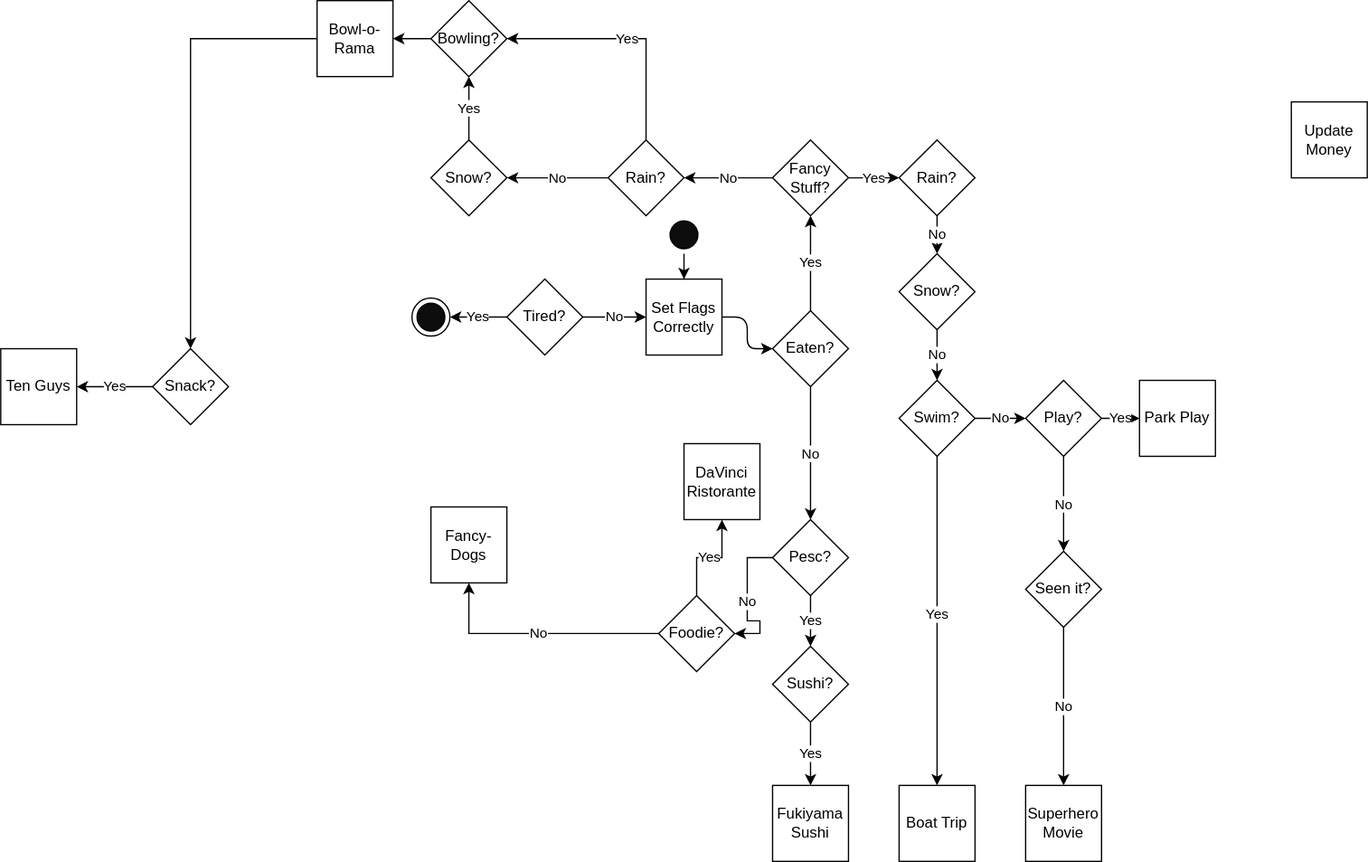
The draw.io diagram date-night-dilemma.drawio.svg in yewscion/yewscion, before a commit. Source tidied: cells renumbered, new cells last; positions are measured from the earlier drawing's top-left corner, leaving out a move shared by most shapes.
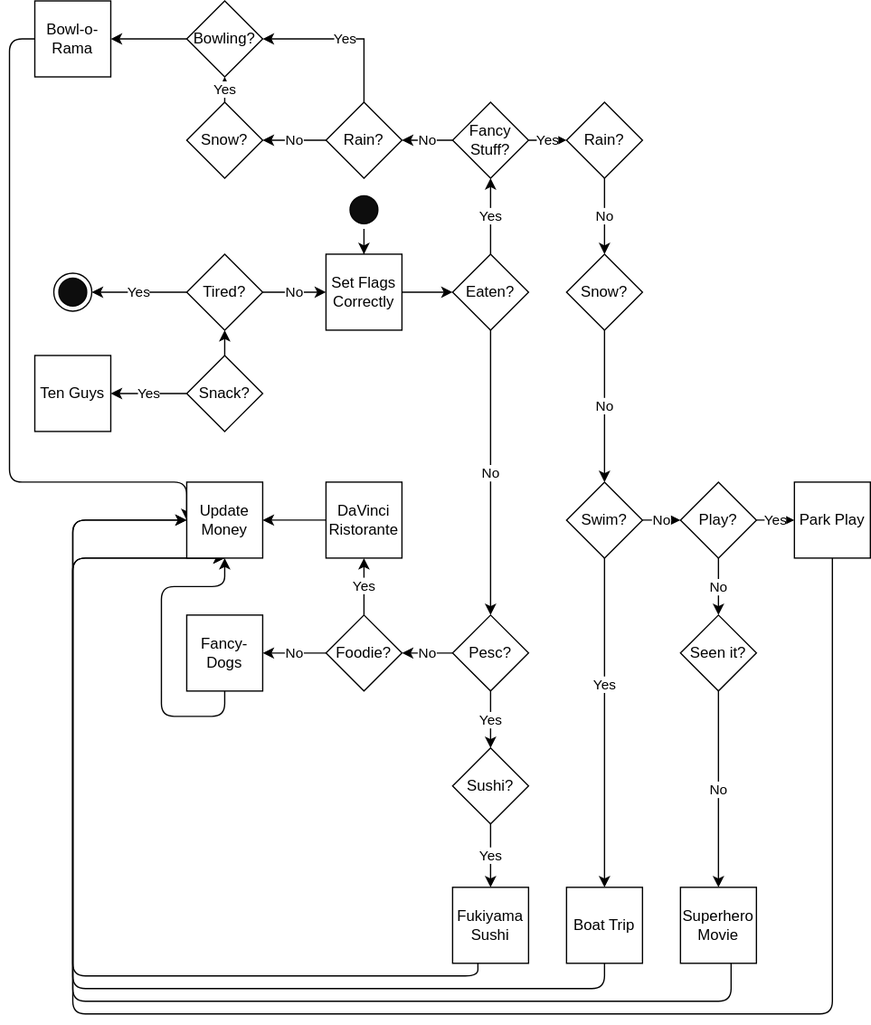
The same file after the commit.

The edit, as a diff of the source:
```diff
@@ -6,34 +6,77 @@
       <mxGeometry relative="1" as="geometry" />
     </mxCell>
     <mxCell id="3" style="ellipse;html=1;shape=startState;fillColor=#0D0D0D;rounded=0;" parent="1" vertex="1">
-      <mxGeometry x="525" y="170" width="30" height="30" as="geometry" />
+      <mxGeometry x="535" y="150" width="30" height="30" as="geometry" />
     </mxCell>
+    <mxCell id="55" style="edgeStyle=orthogonalEdgeStyle;sketch=0;jettySize=auto;html=1;" parent="1" edge="1" source="4" target="54">
+      <mxGeometry relative="1" as="geometry" />
+    </mxCell>
     <mxCell id="4" value="&lt;div&gt;DaVinci&lt;/div&gt;&lt;div&gt;Ristorante&lt;br&gt;&lt;/div&gt;" style="rounded=0;whiteSpace=wrap;html=1;" parent="1" vertex="1">
-      <mxGeometry x="540" y="350" width="60" height="60" as="geometry" />
+      <mxGeometry x="520" y="380" width="60" height="60" as="geometry" />
     </mxCell>
+    <mxCell id="56" style="edgeStyle=orthogonalEdgeStyle;sketch=0;jettySize=auto;html=1;" parent="1" edge="1" source="5" target="54">
+      <mxGeometry relative="1" as="geometry">
+        <Array as="points">
+          <mxPoint x="840" y="790" />
+          <mxPoint x="320" y="790" />
+        </Array>
+      </mxGeometry>
+    </mxCell>
     <mxCell id="5" value="&lt;div&gt;Superhero&lt;/div&gt;&lt;div&gt;Movie&lt;br&gt;&lt;/div&gt;" style="rounded=0;whiteSpace=wrap;html=1;" parent="1" vertex="1">
-      <mxGeometry x="810" y="620" width="60" height="60" as="geometry" />
+      <mxGeometry x="800" y="700" width="60" height="60" as="geometry" />
     </mxCell>
+    <mxCell id="57" style="edgeStyle=orthogonalEdgeStyle;sketch=0;jettySize=auto;html=1;entryX=0.5;entryY=1;entryDx=0;entryDy=0;exitX=0.5;exitY=1;exitDx=0;exitDy=0;" parent="1" edge="1" source="6" target="54">
+      <mxGeometry relative="1" as="geometry">
+        <Array as="points">
+          <mxPoint x="920" y="800" />
+          <mxPoint x="320" y="800" />
+        </Array>
+      </mxGeometry>
+    </mxCell>
     <mxCell id="6" value="Park Play" style="rounded=0;whiteSpace=wrap;html=1;" parent="1" vertex="1">
-      <mxGeometry x="900" y="300" width="60" height="60" as="geometry" />
+      <mxGeometry x="890" y="380" width="60" height="60" as="geometry" />
     </mxCell>
+    <mxCell id="58" style="edgeStyle=orthogonalEdgeStyle;sketch=0;jettySize=auto;html=1;" parent="1" edge="1" source="7" target="54">
+      <mxGeometry relative="1" as="geometry">
+        <Array as="points">
+          <mxPoint x="640" y="770" />
+          <mxPoint x="320" y="770" />
+        </Array>
+      </mxGeometry>
+    </mxCell>
     <mxCell id="7" value="Fukiyama Sushi" style="rounded=0;whiteSpace=wrap;html=1;" parent="1" vertex="1">
-      <mxGeometry x="610" y="620" width="60" height="60" as="geometry" />
+      <mxGeometry x="620" y="700" width="60" height="60" as="geometry" />
     </mxCell>
+    <mxCell id="59" style="edgeStyle=orthogonalEdgeStyle;sketch=0;jettySize=auto;html=1;exitX=0.5;exitY=1;exitDx=0;exitDy=0;entryX=0.5;entryY=1;entryDx=0;entryDy=0;" parent="1" edge="1" source="8" target="54">
+      <mxGeometry relative="1" as="geometry">
+        <Array as="points">
+          <mxPoint x="740" y="780" />
+          <mxPoint x="320" y="780" />
+        </Array>
+      </mxGeometry>
+    </mxCell>
     <mxCell id="8" value="Boat Trip" style="rounded=0;whiteSpace=wrap;html=1;" parent="1" vertex="1">
-      <mxGeometry x="710" y="620" width="60" height="60" as="geometry" />
+      <mxGeometry x="710" y="700" width="60" height="60" as="geometry" />
     </mxCell>
-    <mxCell id="9" style="edgeStyle=orthogonalEdgeStyle;rounded=0;sketch=0;jettySize=auto;html=1;entryX=0.5;entryY=0;entryDx=0;entryDy=0;" parent="1" edge="1" source="10" target="28">
-      <mxGeometry relative="1" as="geometry" />
-    </mxCell>
+    <mxCell id="60" style="edgeStyle=orthogonalEdgeStyle;sketch=0;jettySize=auto;html=1;entryX=0;entryY=0.5;entryDx=0;entryDy=0;" parent="1" edge="1" source="10" target="54">
+      <mxGeometry relative="1" as="geometry">
+        <Array as="points">
+          <mxPoint x="270" y="30" />
+          <mxPoint x="270" y="380" />
+        </Array>
+      </mxGeometry>
+    </mxCell>
     <mxCell id="10" value="Bowl-o-Rama" style="rounded=0;whiteSpace=wrap;html=1;" parent="1" vertex="1">
-      <mxGeometry x="250" width="60" height="60" as="geometry" />
+      <mxGeometry x="290" width="60" height="60" as="geometry" />
     </mxCell>
+    <mxCell id="61" style="edgeStyle=orthogonalEdgeStyle;sketch=0;jettySize=auto;html=1;exitX=0.5;exitY=1;exitDx=0;exitDy=0;" parent="1" edge="1" source="11" target="54">
+      <mxGeometry relative="1" as="geometry" />
+    </mxCell>
     <mxCell id="11" value="Fancy-Dogs" style="rounded=0;whiteSpace=wrap;html=1;" parent="1" vertex="1">
-      <mxGeometry x="340" y="400" width="60" height="60" as="geometry" />
+      <mxGeometry x="410" y="485" width="60" height="60" as="geometry" />
     </mxCell>
     <mxCell id="12" value="Ten Guys" style="rounded=0;whiteSpace=wrap;html=1;" parent="1" vertex="1">
-      <mxGeometry y="275" width="60" height="60" as="geometry" />
+      <mxGeometry x="290" y="280" width="60" height="60" as="geometry" />
     </mxCell>
     <mxCell id="13" value="No" style="edgeStyle=orthogonalEdgeStyle;rounded=0;sketch=0;jettySize=auto;html=1;" parent="1" edge="1" source="15" target="39">
       <mxGeometry relative="1" as="geometry" />
@@ -42,7 +85,7 @@
       <mxGeometry relative="1" as="geometry" />
     </mxCell>
     <mxCell id="15" value="&lt;div&gt;Tired?&lt;br&gt;&lt;/div&gt;" style="rhombus;whiteSpace=wrap;html=1;rounded=0;" parent="1" vertex="1">
-      <mxGeometry x="400" y="220" width="60" height="60" as="geometry" />
+      <mxGeometry x="410" y="200" width="60" height="60" as="geometry" />
     </mxCell>
     <mxCell id="16" value="No" style="edgeStyle=orthogonalEdgeStyle;rounded=0;sketch=0;jettySize=auto;html=1;" parent="1" edge="1" source="18" target="31">
       <mxGeometry relative="1" as="geometry" />
@@ -51,13 +94,13 @@
       <mxGeometry relative="1" as="geometry" />
     </mxCell>
     <mxCell id="18" value="Pesc?" style="rhombus;whiteSpace=wrap;html=1;rounded=0;" parent="1" vertex="1">
-      <mxGeometry x="610" y="410" width="60" height="60" as="geometry" />
+      <mxGeometry x="620" y="485" width="60" height="60" as="geometry" />
     </mxCell>
     <mxCell id="19" value="Yes" style="edgeStyle=orthogonalEdgeStyle;rounded=0;sketch=0;jettySize=auto;html=1;" parent="1" edge="1" source="20" target="7">
       <mxGeometry relative="1" as="geometry" />
     </mxCell>
     <mxCell id="20" value="Sushi?" style="rhombus;whiteSpace=wrap;html=1;rounded=0;" parent="1" vertex="1">
-      <mxGeometry x="610" y="510" width="60" height="60" as="geometry" />
+      <mxGeometry x="620" y="590" width="60" height="60" as="geometry" />
     </mxCell>
     <mxCell id="21" value="No" style="edgeStyle=orthogonalEdgeStyle;rounded=0;sketch=0;jettySize=auto;html=1;exitX=0.5;exitY=1;exitDx=0;exitDy=0;" parent="1" edge="1" source="23" target="18">
       <mxGeometry relative="1" as="geometry" />
@@ -66,7 +109,7 @@
       <mxGeometry relative="1" as="geometry" />
     </mxCell>
     <mxCell id="23" value="Eaten?" style="rhombus;whiteSpace=wrap;html=1;rounded=0;" parent="1" vertex="1">
-      <mxGeometry x="610" y="245" width="60" height="60" as="geometry" />
+      <mxGeometry x="620" y="200" width="60" height="60" as="geometry" />
     </mxCell>
     <mxCell id="24" value="No" style="edgeStyle=orthogonalEdgeStyle;rounded=0;sketch=0;jettySize=auto;html=1;" parent="1" edge="1" source="53" target="5">
       <mxGeometry relative="1" as="geometry" />
@@ -75,14 +118,11 @@
       <mxGeometry relative="1" as="geometry" />
     </mxCell>
     <mxCell id="26" value="Bowling?" style="rhombus;whiteSpace=wrap;html=1;rounded=0;" parent="1" vertex="1">
-      <mxGeometry x="340" width="60" height="60" as="geometry" />
+      <mxGeometry x="410" width="60" height="60" as="geometry" />
     </mxCell>
     <mxCell id="27" value="Yes" style="edgeStyle=orthogonalEdgeStyle;rounded=0;sketch=0;jettySize=auto;html=1;" parent="1" edge="1" source="28" target="12">
       <mxGeometry relative="1" as="geometry" />
     </mxCell>
-    <mxCell id="28" value="Snack?" style="rhombus;whiteSpace=wrap;html=1;rounded=0;" parent="1" vertex="1">
-      <mxGeometry x="120" y="275" width="60" height="60" as="geometry" />
-    </mxCell>
     <mxCell id="29" value="Yes" style="edgeStyle=orthogonalEdgeStyle;rounded=0;sketch=0;jettySize=auto;html=1;" parent="1" edge="1" source="31" target="4">
       <mxGeometry relative="1" as="geometry" />
     </mxCell>
@@ -90,7 +130,7 @@
       <mxGeometry relative="1" as="geometry" />
     </mxCell>
     <mxCell id="31" value="Foodie?" style="rhombus;whiteSpace=wrap;html=1;rounded=0;" parent="1" vertex="1">
-      <mxGeometry x="520" y="470" width="60" height="60" as="geometry" />
+      <mxGeometry x="520" y="485" width="60" height="60" as="geometry" />
     </mxCell>
     <mxCell id="32" value="Yes" style="edgeStyle=orthogonalEdgeStyle;rounded=0;sketch=0;jettySize=auto;html=1;" parent="1" edge="1" source="34" target="6">
       <mxGeometry relative="1" as="geometry" />
@@ -99,27 +139,27 @@
       <mxGeometry relative="1" as="geometry" />
     </mxCell>
     <mxCell id="34" value="Play?" style="rhombus;whiteSpace=wrap;html=1;rounded=0;" parent="1" vertex="1">
-      <mxGeometry x="810" y="300" width="60" height="60" as="geometry" />
+      <mxGeometry x="800" y="380" width="60" height="60" as="geometry" />
     </mxCell>
     <mxCell id="35" value="Yes" style="edgeStyle=orthogonalEdgeStyle;rounded=0;sketch=0;jettySize=auto;html=1;" parent="1" edge="1" target="8">
       <mxGeometry relative="1" as="geometry">
-        <mxPoint x="740" y="350" as="sourcePoint" />
+        <mxPoint x="740" y="380" as="sourcePoint" />
       </mxGeometry>
     </mxCell>
     <mxCell id="36" value="&lt;div&gt;No&lt;/div&gt;" style="edgeStyle=orthogonalEdgeStyle;rounded=0;sketch=0;jettySize=auto;html=1;exitX=1;exitY=0.5;exitDx=0;exitDy=0;entryX=0;entryY=0.5;entryDx=0;entryDy=0;" parent="1" edge="1" source="37" target="34">
       <mxGeometry relative="1" as="geometry" />
     </mxCell>
     <mxCell id="37" value="Swim?" style="rhombus;whiteSpace=wrap;html=1;rounded=0;" parent="1" vertex="1">
-      <mxGeometry x="710" y="300" width="60" height="60" as="geometry" />
+      <mxGeometry x="710" y="380" width="60" height="60" as="geometry" />
     </mxCell>
     <mxCell id="38" style="edgeStyle=orthogonalEdgeStyle;sketch=0;jettySize=auto;html=1;entryX=0;entryY=0.5;entryDx=0;entryDy=0;" parent="1" edge="1" source="39" target="23">
       <mxGeometry relative="1" as="geometry" />
     </mxCell>
     <mxCell id="39" value="Set Flags Correctly" style="rounded=0;whiteSpace=wrap;html=1;" parent="1" vertex="1">
-      <mxGeometry x="510" y="220" width="60" height="60" as="geometry" />
+      <mxGeometry x="520" y="200" width="60" height="60" as="geometry" />
     </mxCell>
     <mxCell id="40" style="ellipse;html=1;shape=endState;fillColor=#0D0D0D;rounded=0;" parent="1" vertex="1">
-      <mxGeometry x="325" y="235" width="30" height="30" as="geometry" />
+      <mxGeometry x="305" y="215" width="30" height="30" as="geometry" />
     </mxCell>
     <mxCell id="41" value="No" style="edgeStyle=orthogonalEdgeStyle;sketch=0;jettySize=auto;html=1;entryX=1;entryY=0.5;entryDx=0;entryDy=0;" parent="1" edge="1" source="43" target="48">
       <mxGeometry relative="1" as="geometry" />
@@ -128,13 +168,13 @@
       <mxGeometry relative="1" as="geometry" />
     </mxCell>
     <mxCell id="43" value="&lt;div&gt;Fancy&lt;/div&gt;&lt;div&gt;Stuff?&lt;/div&gt;" style="rhombus;whiteSpace=wrap;html=1;rounded=0;" parent="1" vertex="1">
-      <mxGeometry x="610" y="110" width="60" height="60" as="geometry" />
+      <mxGeometry x="620" y="80" width="60" height="60" as="geometry" />
     </mxCell>
     <mxCell id="44" value="Yes" style="edgeStyle=orthogonalEdgeStyle;rounded=0;sketch=0;jettySize=auto;html=1;entryX=0.5;entryY=1;entryDx=0;entryDy=0;exitX=0.5;exitY=0;exitDx=0;exitDy=0;" parent="1" edge="1" source="45" target="26">
       <mxGeometry relative="1" as="geometry" />
     </mxCell>
     <mxCell id="45" value="Snow?" style="rhombus;whiteSpace=wrap;html=1;rounded=0;" parent="1" vertex="1">
-      <mxGeometry x="340" y="110" width="60" height="60" as="geometry" />
+      <mxGeometry x="410" y="80" width="60" height="60" as="geometry" />
     </mxCell>
     <mxCell id="46" value="No" style="edgeStyle=orthogonalEdgeStyle;rounded=0;sketch=0;jettySize=auto;html=1;entryX=1;entryY=0.5;entryDx=0;entryDy=0;" parent="1" edge="1" source="48" target="45">
       <mxGeometry relative="1" as="geometry" />
@@ -143,7 +183,7 @@
       <mxGeometry relative="1" as="geometry" />
     </mxCell>
     <mxCell id="48" value="Rain?" style="rhombus;whiteSpace=wrap;html=1;rounded=0;" parent="1" vertex="1">
-      <mxGeometry x="480" y="110" width="60" height="60" as="geometry" />
+      <mxGeometry x="520" y="80" width="60" height="60" as="geometry" />
     </mxCell>
     <mxCell id="49" value="No" style="edgeStyle=orthogonalEdgeStyle;rounded=0;sketch=0;jettySize=auto;html=1;" parent="1" edge="1" source="50" target="37">
       <mxGeometry relative="1" as="geometry" />
@@ -155,13 +195,19 @@
       <mxGeometry relative="1" as="geometry" />
     </mxCell>
     <mxCell id="52" value="Rain?" style="rhombus;whiteSpace=wrap;html=1;rounded=0;" parent="1" vertex="1">
-      <mxGeometry x="710" y="110" width="60" height="60" as="geometry" />
+      <mxGeometry x="710" y="80" width="60" height="60" as="geometry" />
     </mxCell>
     <mxCell id="53" value="Seen it?" style="rhombus;whiteSpace=wrap;html=1;rounded=0;" parent="1" vertex="1">
-      <mxGeometry x="810" y="435" width="60" height="60" as="geometry" />
+      <mxGeometry x="800" y="485" width="60" height="60" as="geometry" />
     </mxCell>
     <mxCell id="54" value="Update Money" style="rounded=0;whiteSpace=wrap;html=1;" parent="1" vertex="1">
-      <mxGeometry x="1020" y="80" width="60" height="60" as="geometry" />
+      <mxGeometry x="410" y="380" width="60" height="60" as="geometry" />
     </mxCell>
+    <mxCell id="62" style="edgeStyle=orthogonalEdgeStyle;sketch=0;jettySize=auto;html=1;" parent="1" edge="1" source="28" target="15">
+      <mxGeometry relative="1" as="geometry" />
+    </mxCell>
+    <mxCell id="28" value="Snack?" style="rhombus;whiteSpace=wrap;html=1;rounded=0;" parent="1" vertex="1">
+      <mxGeometry x="410" y="280" width="60" height="60" as="geometry" />
+    </mxCell>
   </root>
 </mxGraphModel>
```
